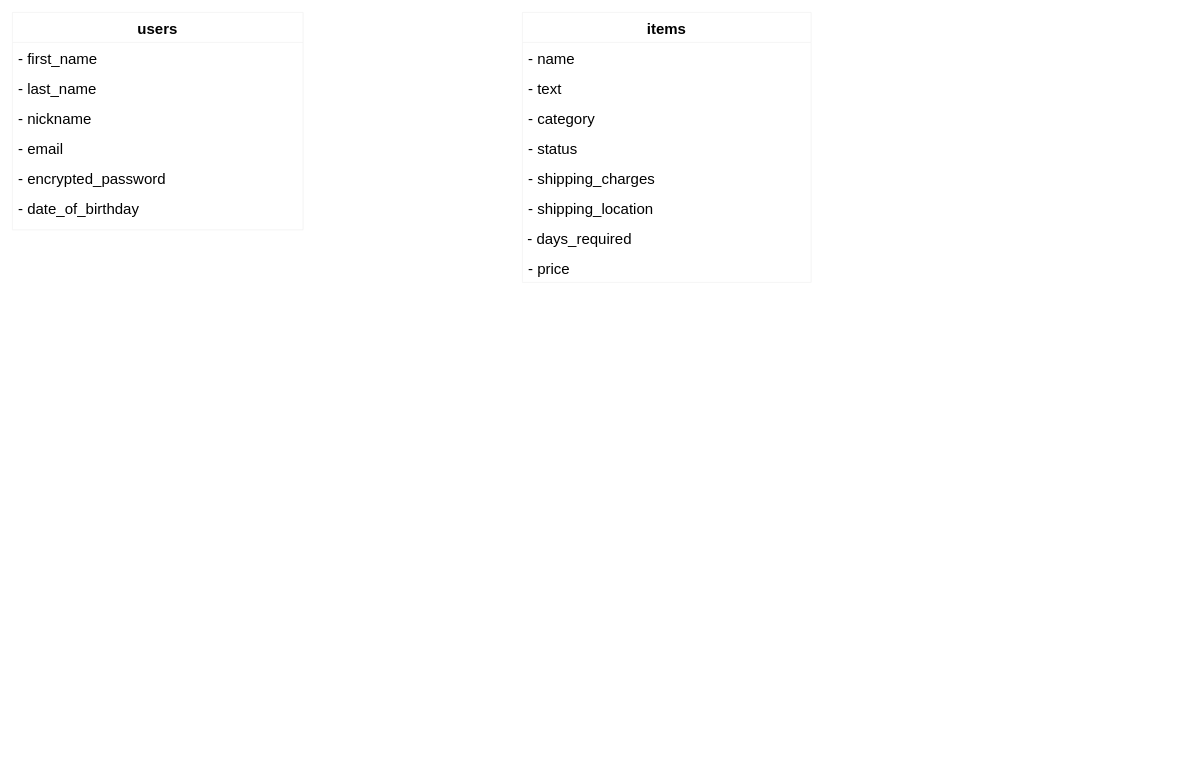
Above: furima.dio in tsukimidori/furima-36894 (draw.io), before the change. Source tidied: cells renumbered, new cells numbered last; positions are measured from the earlier drawing's top-left corner, leaving out a move shared by most shapes. Both pictures are drawn from the tidied source at 75%, with x=0, y=0 at pixel (12, 12).
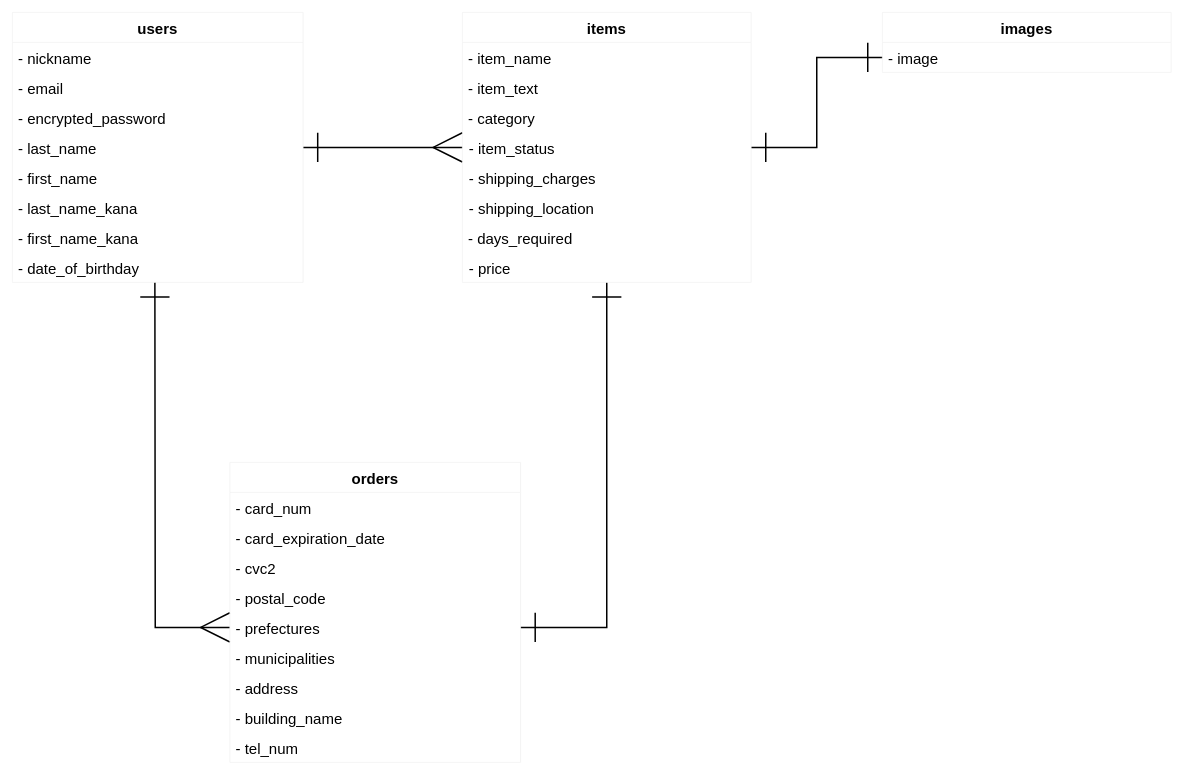
The same page after the edit.

Unchanged cells that the change refers to:
```xml
<mxCell id="10" style="shape=partialRectangle;fillColor=none;top=0;left=0;bottom=0;right=0;" parent="9" vertex="1">
  <mxGeometry y="40" width="385" height="40" as="geometry" />
</mxCell>
<mxCell id="12" style="shape=partialRectangle;fillColor=none;top=0;left=0;bottom=0;right=0;" parent="9" vertex="1">
  <mxGeometry y="80" width="385" height="40" as="geometry" />
</mxCell>
```

Diff of the diagram source:
```diff
@@
+    <mxCell id="24" style="edgeStyle=orthogonalEdgeStyle;rounded=0;jettySize=auto;html=1;fontSize=20;endArrow=ERmany;endFill=0;strokeWidth=2;sourcePerimeterSpacing=0;entryX=0;entryY=0.5;entryDx=0;entryDy=0;endSize=36;targetPerimeterSpacing=0;startSize=36;startArrow=ERone;startFill=0;" parent="1" edge="1" source="2" target="38">
+      <mxGeometry relative="1" as="geometry" />
+    </mxCell>
+    <mxCell id="25" style="edgeStyle=orthogonalEdgeStyle;rounded=0;jettySize=auto;html=1;entryX=0;entryY=0.5;entryDx=0;entryDy=0;fontSize=20;startArrow=ERone;startFill=0;endArrow=ERmany;endFill=0;startSize=36;endSize=36;sourcePerimeterSpacing=0;targetPerimeterSpacing=0;strokeWidth=2;" parent="1" edge="1" target="62">
+      <mxGeometry relative="1" as="geometry">
+        <mxPoint x="190" y="360" as="sourcePoint" />
+      </mxGeometry>
+    </mxCell>
     <mxCell id="2" value="users" style="shape=table;startSize=40;childLayout=tableLayout;rowLines=0;fontStyle=1;align=center;fontSize=20;strokeColor=#f0f0f0;strokeWidth=1;" parent="1" vertex="1">
-      <mxGeometry width="387.6" height="290" as="geometry" />
+      <mxGeometry width="387.6" height="360" as="geometry" />
     </mxCell>
+    <mxCell id="7" style="shape=partialRectangle;fillColor=none;top=0;left=0;bottom=0;right=0;" parent="2" vertex="1">
+      <mxGeometry y="40" width="387.6" height="40" as="geometry" />
+    </mxCell>
+    <mxCell id="8" value="- nickname" style="shape=partialRectangle;fillColor=none;top=0;left=0;bottom=0;right=0;align=left;spacingLeft=6;overflow=hidden;fontSize=20;" parent="7" vertex="1">
+      <mxGeometry width="387.6" height="40" as="geometry" />
+    </mxCell>
     <mxCell id="3" style="shape=partialRectangle;fillColor=none;top=0;left=0;bottom=0;right=0;" parent="2" vertex="1">
-      <mxGeometry y="40" width="387.6" height="40" as="geometry" />
+      <mxGeometry y="80" width="387.6" height="40" as="geometry" />
     </mxCell>
-    <mxCell id="4" value="- first_name" style="shape=partialRectangle;fillColor=none;top=0;left=0;bottom=0;right=0;align=left;spacingLeft=6;overflow=hidden;fontSize=20;" parent="3" vertex="1">
+    <mxCell id="4" value="- email" style="shape=partialRectangle;fillColor=none;top=0;left=0;bottom=0;right=0;align=left;spacingLeft=6;overflow=hidden;fontSize=20;" parent="3" vertex="1">
       <mxGeometry width="387.6" height="40" as="geometry" />
     </mxCell>
     <mxCell id="5" style="shape=partialRectangle;fillColor=none;top=0;left=0;bottom=0;right=0;" parent="2" vertex="1">
-      <mxGeometry y="80" width="387.6" height="40" as="geometry" />
+      <mxGeometry y="120" width="387.6" height="40" as="geometry" />
     </mxCell>
-    <mxCell id="6" value="- last_name" style="shape=partialRectangle;fillColor=none;top=0;left=0;bottom=0;right=0;align=left;spacingLeft=6;overflow=hidden;fontSize=20;" parent="5" vertex="1">
+    <mxCell id="6" value="- encrypted_password" style="shape=partialRectangle;fillColor=none;top=0;left=0;bottom=0;right=0;align=left;spacingLeft=6;overflow=hidden;fontSize=20;" parent="5" vertex="1">
       <mxGeometry width="387.6" height="40" as="geometry" />
     </mxCell>
-    <mxCell id="7" style="shape=partialRectangle;fillColor=none;top=0;left=0;bottom=0;right=0;" parent="2" vertex="1">
-      <mxGeometry y="120" width="387.6" height="40" as="geometry" />
-    </mxCell>
-    <mxCell id="8" value="- nickname" style="shape=partialRectangle;fillColor=none;top=0;left=0;bottom=0;right=0;align=left;spacingLeft=6;overflow=hidden;fontSize=20;" parent="7" vertex="1">
-      <mxGeometry width="387.6" height="40" as="geometry" />
-    </mxCell>
+    <mxCell id="26" style="shape=partialRectangle;fillColor=none;top=0;left=0;bottom=0;right=0;" parent="2" vertex="1">
+      <mxGeometry y="160" width="387.6" height="40" as="geometry" />
+    </mxCell>
+    <mxCell id="27" style="shape=partialRectangle;fillColor=none;top=0;left=0;bottom=0;right=0;align=left;spacingLeft=6;overflow=hidden;fontSize=20;" parent="26" vertex="1">
+      <mxGeometry width="387.6" height="40" as="geometry" />
+    </mxCell>
+    <mxCell id="28" style="shape=partialRectangle;fillColor=none;top=0;left=0;bottom=0;right=0;" parent="2" vertex="1">
+      <mxGeometry y="200" width="387.6" height="40" as="geometry" />
+    </mxCell>
+    <mxCell id="29" style="shape=partialRectangle;fillColor=none;top=0;left=0;bottom=0;right=0;align=left;spacingLeft=6;overflow=hidden;fontSize=20;" parent="28" vertex="1">
+      <mxGeometry width="387.6" height="40" as="geometry" />
+    </mxCell>
+    <mxCell id="30" style="shape=partialRectangle;fillColor=none;top=0;left=0;bottom=0;right=0;" parent="2" vertex="1">
+      <mxGeometry y="240" width="387.6" height="40" as="geometry" />
+    </mxCell>
+    <mxCell id="31" style="shape=partialRectangle;fillColor=none;top=0;left=0;bottom=0;right=0;align=left;spacingLeft=6;overflow=hidden;fontSize=20;" parent="30" vertex="1">
+      <mxGeometry width="387.6" height="40" as="geometry" />
+    </mxCell>
+    <mxCell id="32" style="shape=partialRectangle;fillColor=none;top=0;left=0;bottom=0;right=0;" parent="2" vertex="1">
+      <mxGeometry y="280" width="387.6" height="40" as="geometry" />
+    </mxCell>
+    <mxCell id="33" style="shape=partialRectangle;fillColor=none;top=0;left=0;bottom=0;right=0;align=left;spacingLeft=6;overflow=hidden;fontSize=20;" parent="32" vertex="1">
+      <mxGeometry width="387.6" height="40" as="geometry" />
+    </mxCell>
+    <mxCell id="34" style="shape=partialRectangle;fillColor=none;top=0;left=0;bottom=0;right=0;" parent="2" vertex="1">
+      <mxGeometry y="320" width="387.6" height="40" as="geometry" />
+    </mxCell>
+    <mxCell id="35" style="shape=partialRectangle;fillColor=none;top=0;left=0;bottom=0;right=0;align=left;spacingLeft=6;overflow=hidden;fontSize=20;" parent="34" vertex="1">
+      <mxGeometry width="387.6" height="40" as="geometry" />
+    </mxCell>
+    <mxCell id="36" style="edgeStyle=orthogonalEdgeStyle;rounded=0;jettySize=auto;html=1;fontSize=20;startArrow=ERone;startFill=0;endArrow=ERone;endFill=0;startSize=36;endSize=36;sourcePerimeterSpacing=0;targetPerimeterSpacing=0;strokeWidth=2;entryX=1;entryY=0.5;entryDx=0;entryDy=0;" parent="1" edge="1" source="9" target="62">
+      <mxGeometry relative="1" as="geometry" />
+    </mxCell>
+    <mxCell id="37" style="edgeStyle=orthogonalEdgeStyle;rounded=0;jettySize=auto;html=1;fontSize=20;startArrow=ERone;startFill=0;endArrow=ERone;endFill=0;startSize=36;endSize=36;sourcePerimeterSpacing=0;targetPerimeterSpacing=0;strokeWidth=2;entryX=0;entryY=0.5;entryDx=0;entryDy=0;" parent="1" edge="1" source="9" target="51">
+      <mxGeometry relative="1" as="geometry" />
+    </mxCell>
     <mxCell id="9" value="items" style="shape=table;startSize=40;childLayout=tableLayout;rowLines=0;fontStyle=1;align=center;fontSize=20;strokeColor=#f0f0f0;strokeWidth=1;" parent="1" vertex="1">
-      <mxGeometry x="680" width="385" height="360" as="geometry" />
+      <mxGeometry x="600" width="385" height="360" as="geometry" />
     </mxCell>
@@
-    <mxCell id="11" value="- name" style="shape=partialRectangle;fillColor=none;top=0;left=0;bottom=0;right=0;align=left;spacingLeft=6;overflow=hidden;fontSize=20;" parent="10" vertex="1">
+    <mxCell id="11" value="- item_name" style="shape=partialRectangle;fillColor=none;top=0;left=0;bottom=0;right=0;align=left;spacingLeft=6;overflow=hidden;fontSize=20;" parent="10" vertex="1">
       <mxGeometry width="385" height="40" as="geometry" />
     </mxCell>
@@
-    <mxCell id="13" value="- text" style="shape=partialRectangle;fillColor=none;top=0;left=0;bottom=0;right=0;align=left;spacingLeft=6;overflow=hidden;fontSize=20;" parent="12" vertex="1">
+    <mxCell id="13" value="- item_text" style="shape=partialRectangle;fillColor=none;top=0;left=0;bottom=0;right=0;align=left;spacingLeft=6;overflow=hidden;fontSize=20;" parent="12" vertex="1">
       <mxGeometry width="385" height="40" as="geometry" />
     </mxCell>
@@
+    <mxCell id="38" style="shape=partialRectangle;fillColor=none;top=0;left=0;bottom=0;right=0;points=[[0,0.5],[1,0.5]];portConstraint=eastwest;" parent="9" vertex="1">
+      <mxGeometry y="160" width="385" height="40" as="geometry" />
+    </mxCell>
+    <mxCell id="39" style="shape=partialRectangle;fillColor=none;top=0;left=0;bottom=0;right=0;align=left;spacingLeft=6;overflow=hidden;fontSize=20;" parent="38" vertex="1">
+      <mxGeometry width="385" height="40" as="geometry" />
+    </mxCell>
+    <mxCell id="40" style="shape=partialRectangle;fillColor=none;top=0;left=0;bottom=0;right=0;" parent="9" vertex="1">
+      <mxGeometry y="200" width="385" height="40" as="geometry" />
+    </mxCell>
+    <mxCell id="41" style="shape=partialRectangle;fillColor=none;top=0;left=0;bottom=0;right=0;align=left;spacingLeft=6;overflow=hidden;fontSize=20;" parent="40" vertex="1">
+      <mxGeometry width="385" height="40" as="geometry" />
+    </mxCell>
+    <mxCell id="42" style="shape=partialRectangle;fillColor=none;top=0;left=0;bottom=0;right=0;" parent="9" vertex="1">
+      <mxGeometry y="240" width="385" height="40" as="geometry" />
+    </mxCell>
+    <mxCell id="43" style="shape=partialRectangle;fillColor=none;top=0;left=0;bottom=0;right=0;align=left;spacingLeft=6;overflow=hidden;fontSize=20;" parent="42" vertex="1">
+      <mxGeometry width="385" height="40" as="geometry" />
+    </mxCell>
+    <mxCell id="44" style="shape=partialRectangle;fillColor=none;top=0;left=0;bottom=0;right=0;" parent="9" vertex="1">
+      <mxGeometry y="280" width="385" height="40" as="geometry" />
+    </mxCell>
+    <mxCell id="45" style="shape=partialRectangle;fillColor=none;top=0;left=0;bottom=0;right=0;align=left;spacingLeft=6;overflow=hidden;fontSize=20;" parent="44" vertex="1">
+      <mxGeometry width="385" height="40" as="geometry" />
+    </mxCell>
+    <mxCell id="46" style="shape=partialRectangle;fillColor=none;top=0;left=0;bottom=0;right=0;" parent="9" vertex="1">
+      <mxGeometry y="320" width="385" height="40" as="geometry" />
+    </mxCell>
+    <mxCell id="47" style="shape=partialRectangle;fillColor=none;top=0;left=0;bottom=0;right=0;align=left;spacingLeft=6;overflow=hidden;fontSize=20;" parent="46" vertex="1">
+      <mxGeometry width="385" height="40" as="geometry" />
+    </mxCell>
-    <mxCell id="16" value="- email" style="shape=partialRectangle;fillColor=none;top=0;left=0;bottom=0;right=0;align=left;spacingLeft=6;overflow=hidden;fontSize=20;" parent="1" vertex="1">
+    <mxCell id="16" value="- last_name" style="shape=partialRectangle;fillColor=none;top=0;left=0;bottom=0;right=0;align=left;spacingLeft=6;overflow=hidden;fontSize=20;" parent="1" vertex="1">
       <mxGeometry y="160" width="387.6" height="40" as="geometry" />
     </mxCell>
-    <mxCell id="17" value="- encrypted_password" style="shape=partialRectangle;fillColor=none;top=0;left=0;bottom=0;right=0;align=left;spacingLeft=6;overflow=hidden;fontSize=20;" parent="1" vertex="1">
+    <mxCell id="17" value="- first_name" style="shape=partialRectangle;fillColor=none;top=0;left=0;bottom=0;right=0;align=left;spacingLeft=6;overflow=hidden;fontSize=20;" parent="1" vertex="1">
       <mxGeometry y="200" width="387.6" height="40" as="geometry" />
     </mxCell>
     <mxCell id="18" value="- date_of_birthday" style="shape=partialRectangle;fillColor=none;top=0;left=0;bottom=0;right=0;align=left;spacingLeft=6;overflow=hidden;fontSize=20;" parent="1" vertex="1">
-      <mxGeometry y="240" width="387.6" height="40" as="geometry" />
+      <mxGeometry y="320" width="387.6" height="40" as="geometry" />
     </mxCell>
-    <mxCell id="19" value="- status" style="shape=partialRectangle;fillColor=none;top=0;left=0;bottom=0;right=0;align=left;spacingLeft=6;overflow=hidden;fontSize=20;" parent="1" vertex="1">
-      <mxGeometry x="680" y="160" width="385" height="40" as="geometry" />
+    <mxCell id="19" value="- item_status" style="shape=partialRectangle;fillColor=none;top=0;left=0;bottom=0;right=0;align=left;spacingLeft=6;overflow=hidden;fontSize=20;" parent="1" vertex="1">
+      <mxGeometry x="601" y="160" width="385" height="40" as="geometry" />
     </mxCell>
     <mxCell id="20" value="- shipping_charges" style="shape=partialRectangle;fillColor=none;top=0;left=0;bottom=0;right=0;align=left;spacingLeft=6;overflow=hidden;fontSize=20;" parent="1" vertex="1">
-      <mxGeometry x="680" y="200" width="385" height="40" as="geometry" />
+      <mxGeometry x="601" y="200" width="385" height="40" as="geometry" />
     </mxCell>
     <mxCell id="21" value="- shipping_location" style="shape=partialRectangle;fillColor=none;top=0;left=0;bottom=0;right=0;align=left;spacingLeft=6;overflow=hidden;fontSize=20;" parent="1" vertex="1">
-      <mxGeometry x="680" y="240" width="385" height="40" as="geometry" />
+      <mxGeometry x="601" y="240" width="385" height="40" as="geometry" />
     </mxCell>
     <mxCell id="22" value="- days_required" style="shape=partialRectangle;fillColor=none;top=0;left=0;bottom=0;right=0;align=left;spacingLeft=6;overflow=hidden;fontSize=20;" parent="1" vertex="1">
-      <mxGeometry x="679" y="280" width="385" height="40" as="geometry" />
+      <mxGeometry x="600" y="280" width="385" height="40" as="geometry" />
     </mxCell>
     <mxCell id="23" value="- price" style="shape=partialRectangle;fillColor=none;top=0;left=0;bottom=0;right=0;align=left;spacingLeft=6;overflow=hidden;fontSize=20;" parent="1" vertex="1">
-      <mxGeometry x="680" y="320" width="385" height="40" as="geometry" />
+      <mxGeometry x="601" y="320" width="385" height="40" as="geometry" />
     </mxCell>
+    <mxCell id="48" value="- last_name_kana" style="shape=partialRectangle;fillColor=none;top=0;left=0;bottom=0;right=0;align=left;spacingLeft=6;overflow=hidden;fontSize=20;" parent="1" vertex="1">
+      <mxGeometry y="240" width="387.6" height="40" as="geometry" />
+    </mxCell>
+    <mxCell id="49" value="- first_name_kana" style="shape=partialRectangle;fillColor=none;top=0;left=0;bottom=0;right=0;align=left;spacingLeft=6;overflow=hidden;fontSize=20;" parent="1" vertex="1">
+      <mxGeometry y="280" width="387.6" height="40" as="geometry" />
+    </mxCell>
+    <mxCell id="50" value="images" style="shape=table;startSize=40;childLayout=tableLayout;rowLines=0;fontStyle=1;align=center;fontSize=20;strokeColor=#f0f0f0;strokeWidth=1;" parent="1" vertex="1">
+      <mxGeometry x="1160" width="385" height="80" as="geometry" />
+    </mxCell>
+    <mxCell id="51" style="shape=partialRectangle;fillColor=none;top=0;left=0;bottom=0;right=0;points=[[0,0.5],[1,0.5]];portConstraint=eastwest;" parent="50" vertex="1">
+      <mxGeometry y="40" width="385" height="40" as="geometry" />
+    </mxCell>
+    <mxCell id="52" value="- image" style="shape=partialRectangle;fillColor=none;top=0;left=0;bottom=0;right=0;align=left;spacingLeft=6;overflow=hidden;fontSize=20;" parent="51" vertex="1">
+      <mxGeometry width="385" height="40" as="geometry" />
+    </mxCell>
+    <mxCell id="53" value="orders" style="shape=table;startSize=40;childLayout=tableLayout;rowLines=0;fontStyle=1;align=center;fontSize=20;strokeColor=#f0f0f0;strokeWidth=1;" parent="1" vertex="1">
+      <mxGeometry x="290" y="600" width="387.6" height="400" as="geometry" />
+    </mxCell>
+    <mxCell id="54" style="shape=partialRectangle;fillColor=none;top=0;left=0;bottom=0;right=0;" parent="53" vertex="1">
+      <mxGeometry y="40" width="387.6" height="40" as="geometry" />
+    </mxCell>
+    <mxCell id="55" value="- card_num" style="shape=partialRectangle;fillColor=none;top=0;left=0;bottom=0;right=0;align=left;spacingLeft=6;overflow=hidden;fontSize=20;" parent="54" vertex="1">
+      <mxGeometry width="387.6" height="40" as="geometry" />
+    </mxCell>
+    <mxCell id="56" style="shape=partialRectangle;fillColor=none;top=0;left=0;bottom=0;right=0;" parent="53" vertex="1">
+      <mxGeometry y="80" width="387.6" height="40" as="geometry" />
+    </mxCell>
+    <mxCell id="57" value="- card_expiration_date" style="shape=partialRectangle;fillColor=none;top=0;left=0;bottom=0;right=0;align=left;spacingLeft=6;overflow=hidden;fontSize=20;" parent="56" vertex="1">
+      <mxGeometry width="387.6" height="40" as="geometry" />
+    </mxCell>
+    <mxCell id="58" style="shape=partialRectangle;fillColor=none;top=0;left=0;bottom=0;right=0;" parent="53" vertex="1">
+      <mxGeometry y="120" width="387.6" height="40" as="geometry" />
+    </mxCell>
+    <mxCell id="59" value="- cvc2" style="shape=partialRectangle;fillColor=none;top=0;left=0;bottom=0;right=0;align=left;spacingLeft=6;overflow=hidden;fontSize=20;" parent="58" vertex="1">
+      <mxGeometry width="387.6" height="40" as="geometry" />
+    </mxCell>
+    <mxCell id="60" style="shape=partialRectangle;fillColor=none;top=0;left=0;bottom=0;right=0;" parent="53" vertex="1">
+      <mxGeometry y="160" width="387.6" height="40" as="geometry" />
+    </mxCell>
+    <mxCell id="61" value="- postal_code" style="shape=partialRectangle;fillColor=none;top=0;left=0;bottom=0;right=0;align=left;spacingLeft=6;overflow=hidden;fontSize=20;" parent="60" vertex="1">
+      <mxGeometry width="387.6" height="40" as="geometry" />
+    </mxCell>
+    <mxCell id="62" style="shape=partialRectangle;fillColor=none;top=0;left=0;bottom=0;right=0;points=[[0,0.5],[1,0.5]];portConstraint=eastwest;" parent="53" vertex="1">
+      <mxGeometry y="200" width="387.6" height="40" as="geometry" />
+    </mxCell>
+    <mxCell id="63" value="- prefectures" style="shape=partialRectangle;fillColor=none;top=0;left=0;bottom=0;right=0;align=left;spacingLeft=6;overflow=hidden;fontSize=20;" parent="62" vertex="1">
+      <mxGeometry width="387.6" height="40" as="geometry" />
+    </mxCell>
+    <mxCell id="64" style="shape=partialRectangle;fillColor=none;top=0;left=0;bottom=0;right=0;" parent="53" vertex="1">
+      <mxGeometry y="240" width="387.6" height="40" as="geometry" />
+    </mxCell>
+    <mxCell id="65" value="- municipalities" style="shape=partialRectangle;fillColor=none;top=0;left=0;bottom=0;right=0;align=left;spacingLeft=6;overflow=hidden;fontSize=20;" parent="64" vertex="1">
+      <mxGeometry width="387.6" height="40" as="geometry" />
+    </mxCell>
+    <mxCell id="66" style="shape=partialRectangle;fillColor=none;top=0;left=0;bottom=0;right=0;" parent="53" vertex="1">
+      <mxGeometry y="280" width="387.6" height="40" as="geometry" />
+    </mxCell>
+    <mxCell id="67" value="- address" style="shape=partialRectangle;fillColor=none;top=0;left=0;bottom=0;right=0;align=left;spacingLeft=6;overflow=hidden;fontSize=20;" parent="66" vertex="1">
+      <mxGeometry width="387.6" height="40" as="geometry" />
+    </mxCell>
+    <mxCell id="68" style="shape=partialRectangle;fillColor=none;top=0;left=0;bottom=0;right=0;" parent="53" vertex="1">
+      <mxGeometry y="320" width="387.6" height="40" as="geometry" />
+    </mxCell>
+    <mxCell id="69" value="- building_name" style="shape=partialRectangle;fillColor=none;top=0;left=0;bottom=0;right=0;align=left;spacingLeft=6;overflow=hidden;fontSize=20;" parent="68" vertex="1">
+      <mxGeometry width="387.6" height="40" as="geometry" />
+    </mxCell>
+    <mxCell id="70" style="shape=partialRectangle;fillColor=none;top=0;left=0;bottom=0;right=0;" parent="53" vertex="1">
+      <mxGeometry y="360" width="387.6" height="40" as="geometry" />
+    </mxCell>
+    <mxCell id="71" value="- tel_num" style="shape=partialRectangle;fillColor=none;top=0;left=0;bottom=0;right=0;align=left;spacingLeft=6;overflow=hidden;fontSize=20;" parent="70" vertex="1">
+      <mxGeometry width="387.6" height="40" as="geometry" />
+    </mxCell>
```
